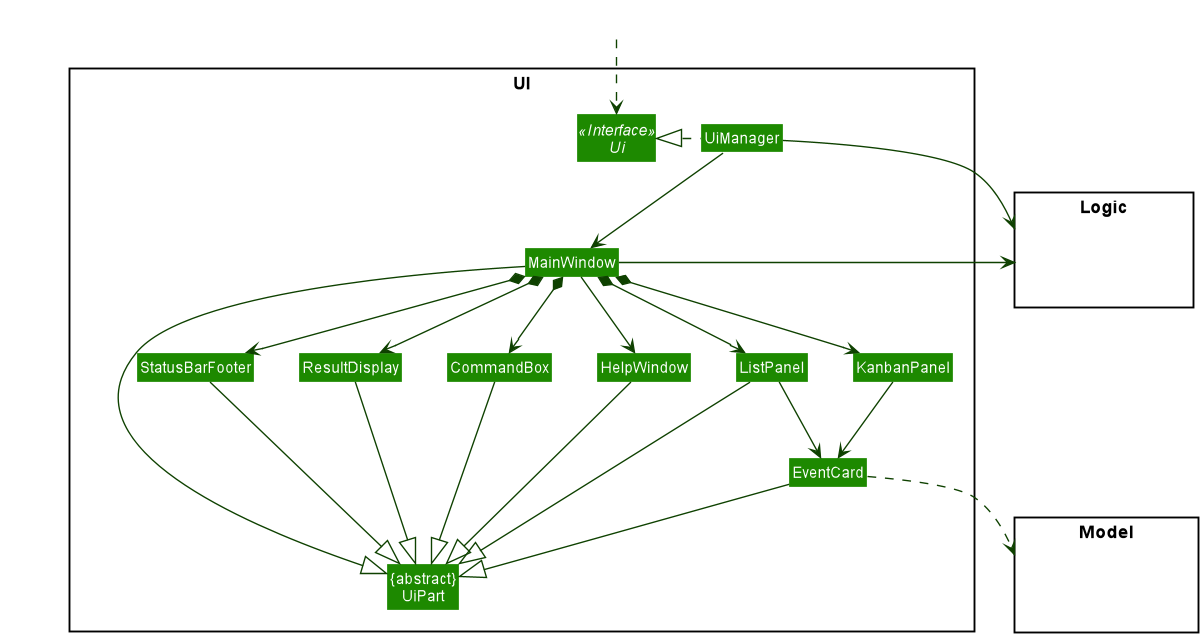
Above: docs/diagrams/UiClassDiagram.png in nus-cs2103-AY2021S2/tp (PlantUML), before the change.
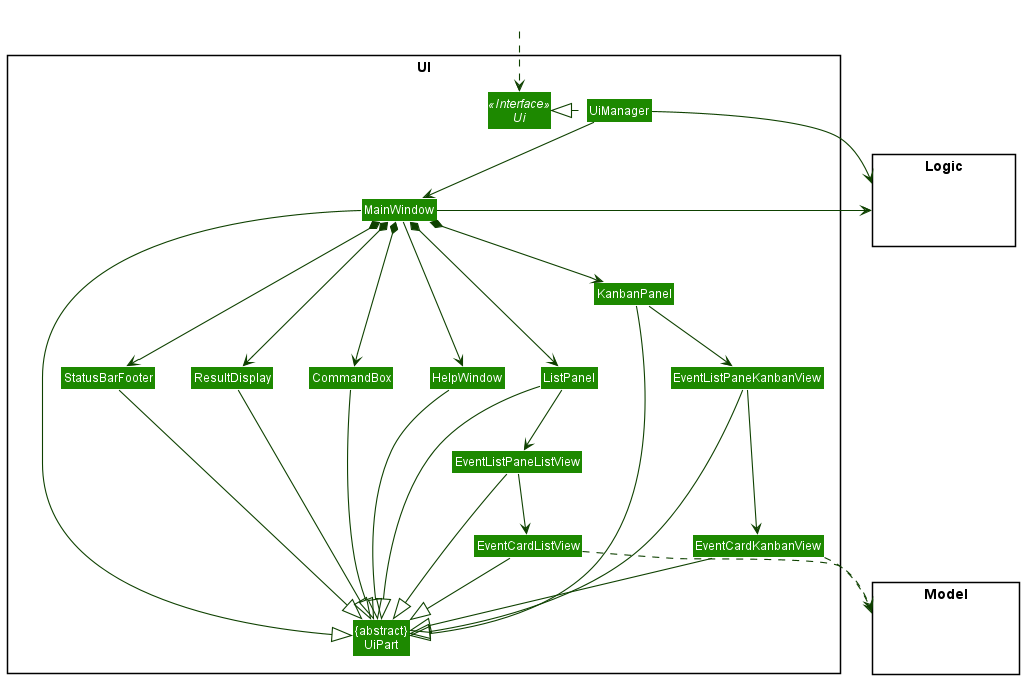
Later version of the same file.

Commit message:
Fix UI Diagram in DG and user stories

What changed in the source:
```diff
@@ -13,7 +13,10 @@
 Class ResultDisplay
 Class ListPanel
 Class KanbanPanel
-Class EventCard
+Class EventListPaneKanbanView
+Class EventListPaneListView
+Class EventCardKanbanView
+Class EventCardListView
 Class StatusBarFooter
 Class CommandBox
 }
@@ -38,19 +41,27 @@
 MainWindow *-down-> KanbanPanel
 MainWindow *-down-> StatusBarFooter
 
-ListPanel -down-> EventCard
-KanbanPanel -down-> EventCard
+ListPanel -down-> EventListPaneListView
+EventListPaneListView -down-> EventCardListView
+KanbanPanel -down-> EventListPaneKanbanView
+EventListPaneKanbanView --down-> EventCardKanbanView
 
 MainWindow -left-|> UiPart
 
 ResultDisplay --|> UiPart
 CommandBox --|> UiPart
 ListPanel --|> UiPart
-EventCard --|> UiPart
+KanbanPanel --|> UiPart
+EventListPaneListView --|> UiPart
+EventListPaneKanbanView --|> UiPart
+EventCardListView --|> UiPart
+EventCardKanbanView --|> UiPart
 StatusBarFooter --|> UiPart
 HelpWindow -down-|> UiPart
 
-EventCard ..> Model
+EventCardListView ..> Model
+EventCardKanbanView ..> Model
+
 UiManager -right-> Logic
 MainWindow -left-> Logic
 
```
